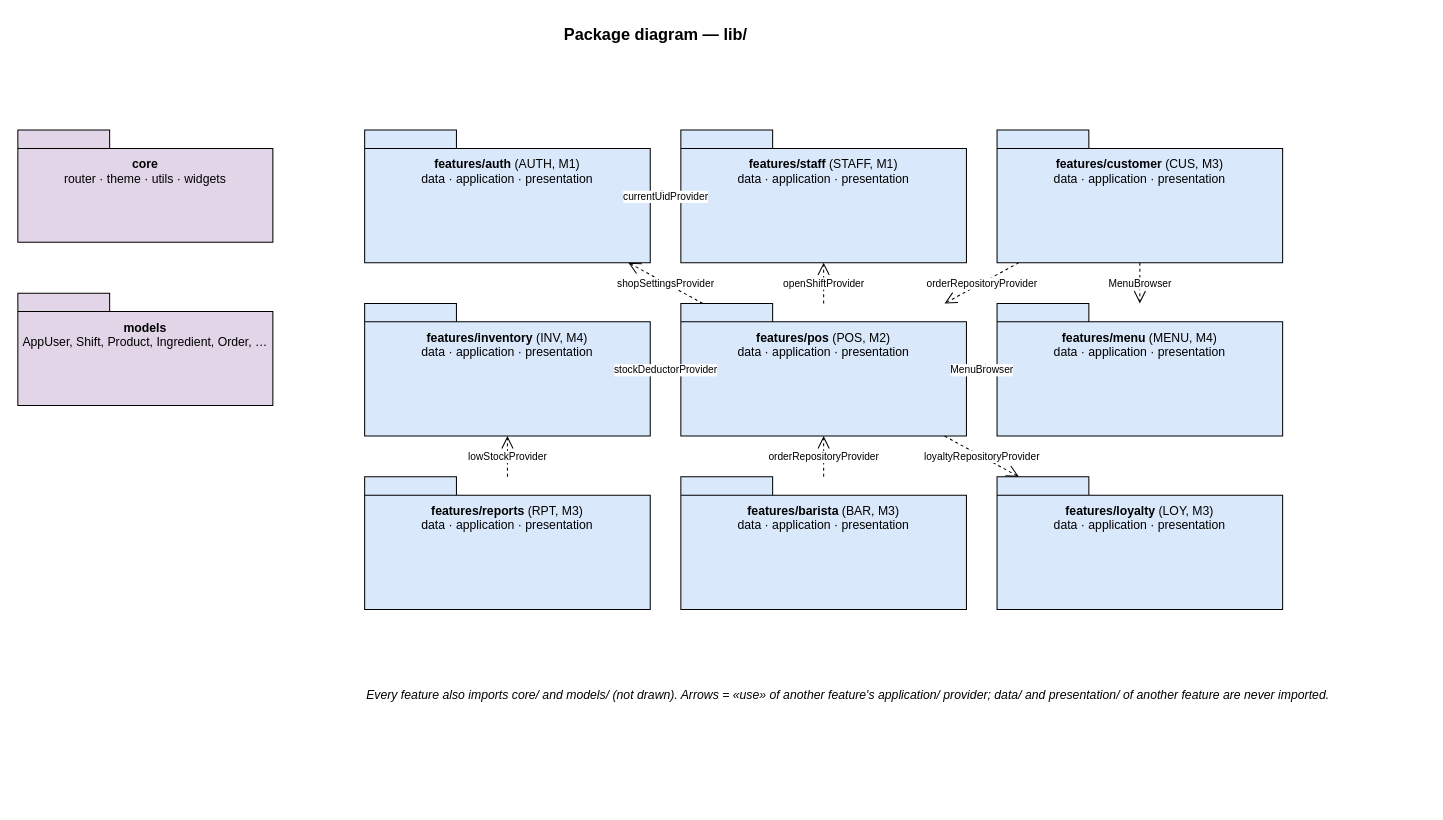
Before: page "03 Package Diagram" (3 of 27) of diagrams/sds-diagrams.drawio in huytran303/project-prm393, a draw.io diagram. Source tidied: cells renumbered, new cells numbered last; positions are measured from the earlier drawing's top-left corner, leaving out a move shared by most shapes. Both pictures are drawn from the tidied source at 102%, with x=0, y=0 at pixel (17, 17).
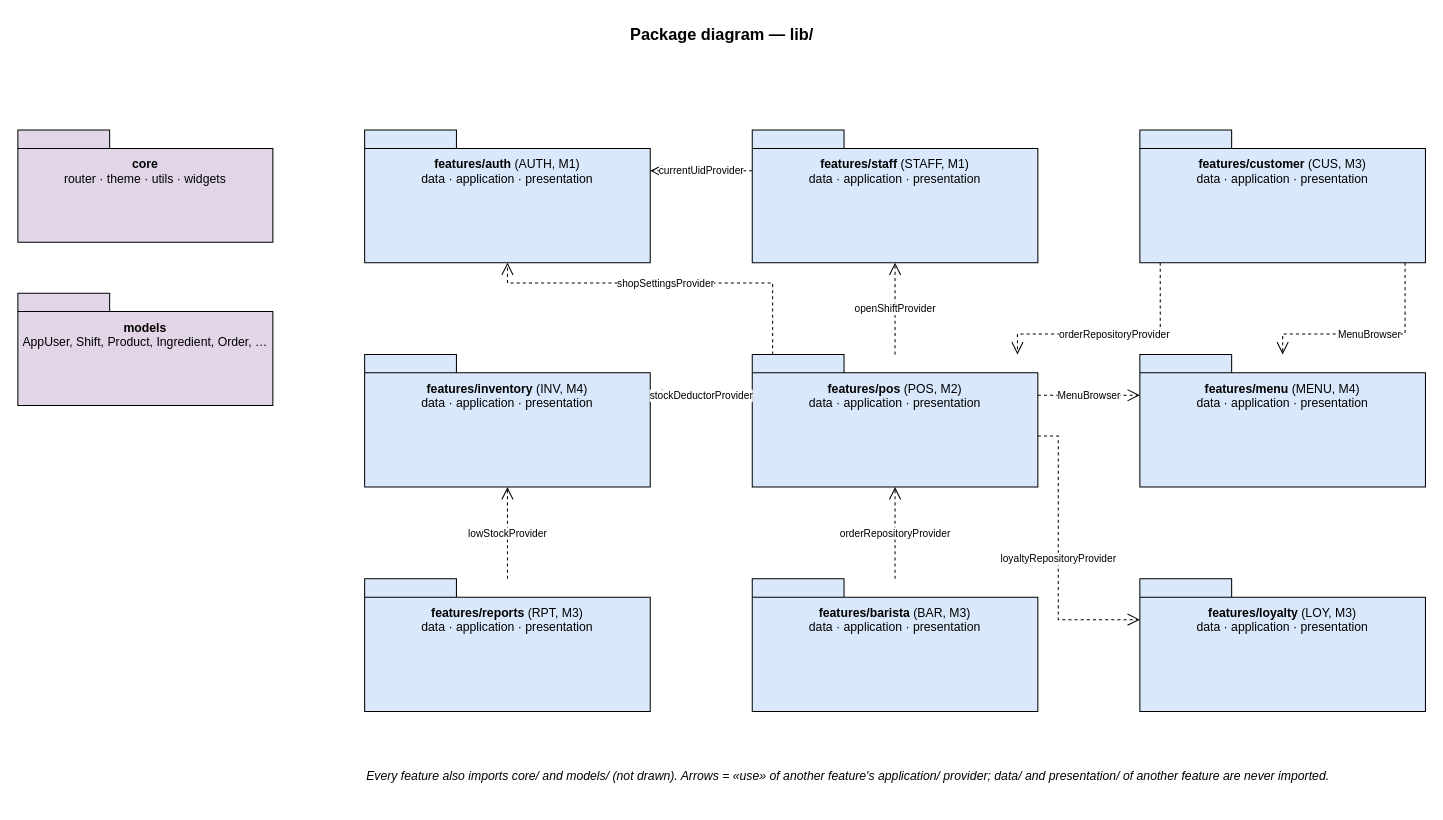
The same diagram, later.

Unchanged cells that the change refers to:
```xml
<mxCell id="5" value="&lt;b&gt;features/auth&lt;/b&gt; (AUTH, M1)&lt;br&gt;data · application · presentation" style="fontFamily=Helvetica;fontSize=12;shape=folder;tabWidth=90;tabHeight=18;tabPosition=left;html=1;whiteSpace=wrap;verticalAlign=top;spacingTop=20;fillColor=#dae8fc;" parent="1" vertex="1">
  <mxGeometry x="340" y="110" width="280" height="130" as="geometry" />
</mxCell>
```

Change to the diagram source:
```diff
@@
     <mxCell id="2" value="&lt;b&gt;Package diagram — lib/&lt;/b&gt;" style="fontFamily=Helvetica;fontSize=12;text;html=1;align=center;fontSize=16;" parent="1" vertex="1">
-      <mxGeometry width="1250" height="30" as="geometry" />
+      <mxGeometry width="1380" height="30" as="geometry" />
     </mxCell>
@@
     <mxCell id="6" value="&lt;b&gt;features/staff&lt;/b&gt; (STAFF, M1)&lt;br&gt;data · application · presentation" style="fontFamily=Helvetica;fontSize=12;shape=folder;tabWidth=90;tabHeight=18;tabPosition=left;html=1;whiteSpace=wrap;verticalAlign=top;spacingTop=20;fillColor=#dae8fc;" parent="1" vertex="1">
-      <mxGeometry x="650" y="110" width="280" height="130" as="geometry" />
+      <mxGeometry x="720" y="110" width="280" height="130" as="geometry" />
     </mxCell>
     <mxCell id="7" value="&lt;b&gt;features/menu&lt;/b&gt; (MENU, M4)&lt;br&gt;data · application · presentation" style="fontFamily=Helvetica;fontSize=12;shape=folder;tabWidth=90;tabHeight=18;tabPosition=left;html=1;whiteSpace=wrap;verticalAlign=top;spacingTop=20;fillColor=#dae8fc;" parent="1" vertex="1">
-      <mxGeometry x="960" y="280" width="280" height="130" as="geometry" />
+      <mxGeometry x="1100" y="330" width="280" height="130" as="geometry" />
     </mxCell>
     <mxCell id="8" value="&lt;b&gt;features/inventory&lt;/b&gt; (INV, M4)&lt;br&gt;data · application · presentation" style="fontFamily=Helvetica;fontSize=12;shape=folder;tabWidth=90;tabHeight=18;tabPosition=left;html=1;whiteSpace=wrap;verticalAlign=top;spacingTop=20;fillColor=#dae8fc;" parent="1" vertex="1">
-      <mxGeometry x="340" y="280" width="280" height="130" as="geometry" />
+      <mxGeometry x="340" y="330" width="280" height="130" as="geometry" />
     </mxCell>
     <mxCell id="9" value="&lt;b&gt;features/pos&lt;/b&gt; (POS, M2)&lt;br&gt;data · application · presentation" style="fontFamily=Helvetica;fontSize=12;shape=folder;tabWidth=90;tabHeight=18;tabPosition=left;html=1;whiteSpace=wrap;verticalAlign=top;spacingTop=20;fillColor=#dae8fc;" parent="1" vertex="1">
-      <mxGeometry x="650" y="280" width="280" height="130" as="geometry" />
+      <mxGeometry x="720" y="330" width="280" height="130" as="geometry" />
     </mxCell>
     <mxCell id="10" value="&lt;b&gt;features/barista&lt;/b&gt; (BAR, M3)&lt;br&gt;data · application · presentation" style="fontFamily=Helvetica;fontSize=12;shape=folder;tabWidth=90;tabHeight=18;tabPosition=left;html=1;whiteSpace=wrap;verticalAlign=top;spacingTop=20;fillColor=#dae8fc;" parent="1" vertex="1">
-      <mxGeometry x="650" y="450" width="280" height="130" as="geometry" />
+      <mxGeometry x="720" y="550" width="280" height="130" as="geometry" />
     </mxCell>
     <mxCell id="11" value="&lt;b&gt;features/customer&lt;/b&gt; (CUS, M3)&lt;br&gt;data · application · presentation" style="fontFamily=Helvetica;fontSize=12;shape=folder;tabWidth=90;tabHeight=18;tabPosition=left;html=1;whiteSpace=wrap;verticalAlign=top;spacingTop=20;fillColor=#dae8fc;" parent="1" vertex="1">
-      <mxGeometry x="960" y="110" width="280" height="130" as="geometry" />
+      <mxGeometry x="1100" y="110" width="280" height="130" as="geometry" />
     </mxCell>
     <mxCell id="12" value="&lt;b&gt;features/reports&lt;/b&gt; (RPT, M3)&lt;br&gt;data · application · presentation" style="fontFamily=Helvetica;fontSize=12;shape=folder;tabWidth=90;tabHeight=18;tabPosition=left;html=1;whiteSpace=wrap;verticalAlign=top;spacingTop=20;fillColor=#dae8fc;" parent="1" vertex="1">
-      <mxGeometry x="340" y="450" width="280" height="130" as="geometry" />
+      <mxGeometry x="340" y="550" width="280" height="130" as="geometry" />
     </mxCell>
     <mxCell id="13" value="&lt;b&gt;features/loyalty&lt;/b&gt; (LOY, M3)&lt;br&gt;data · application · presentation" style="fontFamily=Helvetica;fontSize=12;shape=folder;tabWidth=90;tabHeight=18;tabPosition=left;html=1;whiteSpace=wrap;verticalAlign=top;spacingTop=20;fillColor=#dae8fc;" parent="1" vertex="1">
-      <mxGeometry x="960" y="450" width="280" height="130" as="geometry" />
+      <mxGeometry x="1100" y="550" width="280" height="130" as="geometry" />
     </mxCell>
-    <mxCell id="14" value="stockDeductorProvider" style="fontFamily=Helvetica;fontSize=12;html=1;dashed=1;endArrow=open;endSize=10;fontSize=10;" parent="1" edge="1" source="9" target="8">
+    <mxCell id="14" value="stockDeductorProvider" style="fontFamily=Helvetica;fontSize=12;html=1;dashed=1;endArrow=open;endSize=10;fontSize=10;rounded=0;labelBackgroundColor=#ffffff;rounded=0;edgeStyle=none;rounded=0;exitX=0.0000;exitY=0.3077;exitDx=0;exitDy=0;exitPerimeter=0;entryX=1.0000;entryY=0.3077;entryDx=0;entryDy=0;entryPerimeter=0;" parent="1" edge="1" source="9" target="8">
       <mxGeometry relative="1" as="geometry" />
     </mxCell>
-    <mxCell id="15" value="loyaltyRepositoryProvider" style="fontFamily=Helvetica;fontSize=12;html=1;dashed=1;endArrow=open;endSize=10;fontSize=10;" parent="1" edge="1" source="9" target="13">
-      <mxGeometry relative="1" as="geometry" />
+    <mxCell id="15" value="loyaltyRepositoryProvider" style="fontFamily=Helvetica;fontSize=12;html=1;dashed=1;endArrow=open;endSize=10;fontSize=10;rounded=0;labelBackgroundColor=#ffffff;rounded=0;edgeStyle=none;rounded=0;exitX=1.0000;exitY=0.6154;exitDx=0;exitDy=0;exitPerimeter=0;entryX=0.0000;entryY=0.3077;entryDx=0;entryDy=0;entryPerimeter=0;" parent="1" edge="1" source="9" target="13">
+      <mxGeometry relative="1" as="geometry">
+        <Array as="points">
+          <mxPoint x="1020" y="410" />
+          <mxPoint x="1020" y="590" />
+        </Array>
+      </mxGeometry>
     </mxCell>
-    <mxCell id="16" value="openShiftProvider" style="fontFamily=Helvetica;fontSize=12;html=1;dashed=1;endArrow=open;endSize=10;fontSize=10;" parent="1" edge="1" source="9" target="6">
+    <mxCell id="16" value="openShiftProvider" style="fontFamily=Helvetica;fontSize=12;html=1;dashed=1;endArrow=open;endSize=10;fontSize=10;rounded=0;labelBackgroundColor=#ffffff;rounded=0;edgeStyle=none;rounded=0;exitX=0.5000;exitY=0.0000;exitDx=0;exitDy=0;exitPerimeter=0;entryX=0.5000;entryY=1.0000;entryDx=0;entryDy=0;entryPerimeter=0;" parent="1" edge="1" source="9" target="6">
       <mxGeometry relative="1" as="geometry" />
     </mxCell>
-    <mxCell id="17" value="MenuBrowser" style="fontFamily=Helvetica;fontSize=12;html=1;dashed=1;endArrow=open;endSize=10;fontSize=10;" parent="1" edge="1" source="9" target="7">
+    <mxCell id="17" value="MenuBrowser" style="fontFamily=Helvetica;fontSize=12;html=1;dashed=1;endArrow=open;endSize=10;fontSize=10;rounded=0;labelBackgroundColor=#ffffff;rounded=0;edgeStyle=none;rounded=0;exitX=1.0000;exitY=0.3077;exitDx=0;exitDy=0;exitPerimeter=0;entryX=0.0000;entryY=0.3077;entryDx=0;entryDy=0;entryPerimeter=0;" parent="1" edge="1" source="9" target="7">
       <mxGeometry relative="1" as="geometry" />
     </mxCell>
-    <mxCell id="18" value="orderRepositoryProvider" style="fontFamily=Helvetica;fontSize=12;html=1;dashed=1;endArrow=open;endSize=10;fontSize=10;" parent="1" edge="1" source="10" target="9">
+    <mxCell id="18" value="orderRepositoryProvider" style="fontFamily=Helvetica;fontSize=12;html=1;dashed=1;endArrow=open;endSize=10;fontSize=10;rounded=0;labelBackgroundColor=#ffffff;rounded=0;edgeStyle=none;rounded=0;exitX=0.5000;exitY=0.0000;exitDx=0;exitDy=0;exitPerimeter=0;entryX=0.5000;entryY=1.0000;entryDx=0;entryDy=0;entryPerimeter=0;" parent="1" edge="1" source="10" target="9">
       <mxGeometry relative="1" as="geometry" />
     </mxCell>
-    <mxCell id="19" value="MenuBrowser" style="fontFamily=Helvetica;fontSize=12;html=1;dashed=1;endArrow=open;endSize=10;fontSize=10;" parent="1" edge="1" source="11" target="7">
-      <mxGeometry relative="1" as="geometry" />
+    <mxCell id="19" value="MenuBrowser" style="fontFamily=Helvetica;fontSize=12;html=1;dashed=1;endArrow=open;endSize=10;fontSize=10;rounded=0;labelBackgroundColor=#ffffff;rounded=0;edgeStyle=none;rounded=0;exitX=0.9286;exitY=1.0000;exitDx=0;exitDy=0;exitPerimeter=0;entryX=0.5000;entryY=0.0000;entryDx=0;entryDy=0;entryPerimeter=0;" parent="1" edge="1" source="11" target="7">
+      <mxGeometry relative="1" as="geometry">
+        <Array as="points">
+          <mxPoint x="1360" y="310" />
+          <mxPoint x="1240" y="310" />
+        </Array>
+      </mxGeometry>
     </mxCell>
-    <mxCell id="20" value="orderRepositoryProvider" style="fontFamily=Helvetica;fontSize=12;html=1;dashed=1;endArrow=open;endSize=10;fontSize=10;" parent="1" edge="1" source="11" target="9">
-      <mxGeometry relative="1" as="geometry" />
+    <mxCell id="20" value="orderRepositoryProvider" style="fontFamily=Helvetica;fontSize=12;html=1;dashed=1;endArrow=open;endSize=10;fontSize=10;rounded=0;labelBackgroundColor=#ffffff;rounded=0;edgeStyle=none;rounded=0;exitX=0.0714;exitY=1.0000;exitDx=0;exitDy=0;exitPerimeter=0;entryX=0.9286;entryY=0.0000;entryDx=0;entryDy=0;entryPerimeter=0;" parent="1" edge="1" source="11" target="9">
+      <mxGeometry relative="1" as="geometry">
+        <Array as="points">
+          <mxPoint x="1120" y="310" />
+          <mxPoint x="980" y="310" />
+        </Array>
+      </mxGeometry>
     </mxCell>
-    <mxCell id="21" value="lowStockProvider" style="fontFamily=Helvetica;fontSize=12;html=1;dashed=1;endArrow=open;endSize=10;fontSize=10;" parent="1" edge="1" source="12" target="8">
+    <mxCell id="21" value="lowStockProvider" style="fontFamily=Helvetica;fontSize=12;html=1;dashed=1;endArrow=open;endSize=10;fontSize=10;rounded=0;labelBackgroundColor=#ffffff;rounded=0;edgeStyle=none;rounded=0;exitX=0.5000;exitY=0.0000;exitDx=0;exitDy=0;exitPerimeter=0;entryX=0.5000;entryY=1.0000;entryDx=0;entryDy=0;entryPerimeter=0;" parent="1" edge="1" source="12" target="8">
       <mxGeometry relative="1" as="geometry" />
     </mxCell>
-    <mxCell id="22" value="currentUidProvider" style="fontFamily=Helvetica;fontSize=12;html=1;dashed=1;endArrow=open;endSize=10;fontSize=10;" parent="1" edge="1" source="6" target="5">
+    <mxCell id="22" value="currentUidProvider" style="fontFamily=Helvetica;fontSize=12;html=1;dashed=1;endArrow=open;endSize=10;fontSize=10;rounded=0;labelBackgroundColor=#ffffff;rounded=0;edgeStyle=none;rounded=0;exitX=0.0000;exitY=0.3077;exitDx=0;exitDy=0;exitPerimeter=0;entryX=1.0000;entryY=0.3077;entryDx=0;entryDy=0;entryPerimeter=0;" parent="1" edge="1" source="6" target="5">
       <mxGeometry relative="1" as="geometry" />
     </mxCell>
-    <mxCell id="23" value="shopSettingsProvider" style="fontFamily=Helvetica;fontSize=12;html=1;dashed=1;endArrow=open;endSize=10;fontSize=10;" parent="1" edge="1" source="9" target="5">
-      <mxGeometry relative="1" as="geometry" />
+    <mxCell id="23" value="shopSettingsProvider" style="fontFamily=Helvetica;fontSize=12;html=1;dashed=1;endArrow=open;endSize=10;fontSize=10;rounded=0;labelBackgroundColor=#ffffff;rounded=0;edgeStyle=none;rounded=0;exitX=0.0714;exitY=0.0000;exitDx=0;exitDy=0;exitPerimeter=0;entryX=0.5000;entryY=1.0000;entryDx=0;entryDy=0;entryPerimeter=0;" parent="1" edge="1" source="9" target="5">
+      <mxGeometry relative="1" as="geometry">
+        <Array as="points">
+          <mxPoint x="740" y="260" />
+          <mxPoint x="480" y="260" />
+        </Array>
+      </mxGeometry>
     </mxCell>
     <mxCell id="24" value="Every feature also imports core/ and models/ (not drawn). Arrows = «use» of another feature's application/ provider; data/ and presentation/ of another feature are never imported." style="fontFamily=Helvetica;fontSize=12;text;html=1;align=left;fontStyle=2;" parent="1" vertex="1">
-      <mxGeometry x="340" y="650" width="900" height="40" as="geometry" />
+      <mxGeometry x="340" y="730" width="1040" height="40" as="geometry" />
     </mxCell>
```
